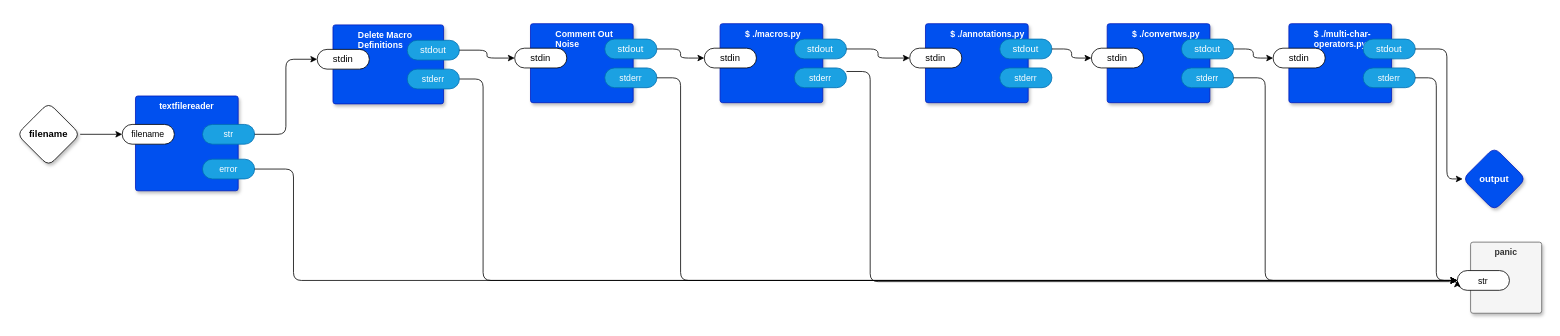
Above: page "main" (1 of 6) of syntax-mapper/syntaxmapper.drawio in guitarvydas/0dv2 (draw.io), before the change. Source tidied: cells renumbered, new cells numbered last; positions are measured from the earlier drawing's top-left corner, leaving out a move shared by most shapes. Both pictures are drawn from the tidied source at 79%, with x=0, y=0 at pixel (17, 24).
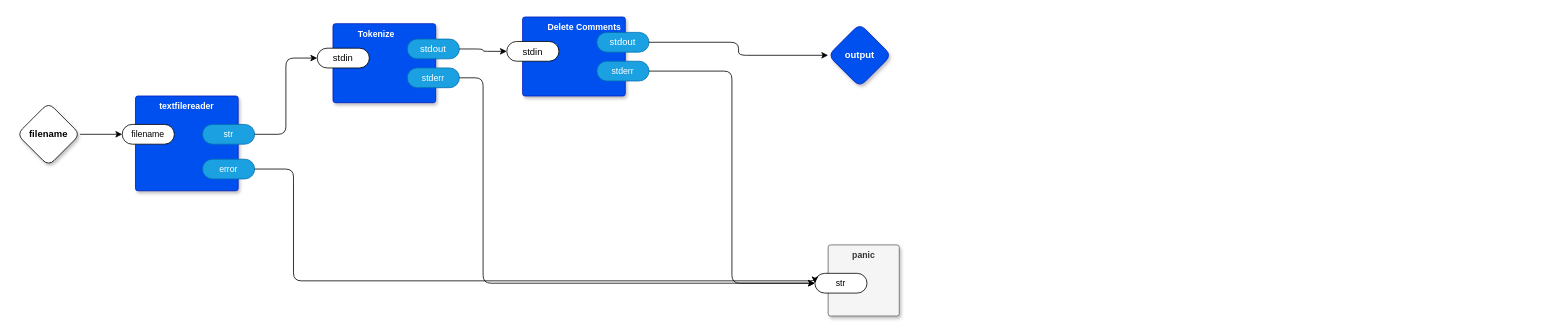
After the change.

The change refers to these unchanged cells:
```xml
<mxCell id="7" value="str" style="rounded=1;whiteSpace=wrap;html=1;sketch=0;points=[[0,0.5,0,0,0],[1,0.5,0,0,0]];fillColor=#1ba1e2;fontColor=#ffffff;strokeColor=#006EAF;arcSize=50;fontFamily=Helvetica;fontSize=11;" parent="5" vertex="1">
  <mxGeometry x="84.8" y="36" width="66" height="25" as="geometry" />
</mxCell>
<mxCell id="10" value="str" style="rounded=1;whiteSpace=wrap;html=1;sketch=0;points=[[0,0.5,0,0,0],[1,0.5,0,0,0]];arcSize=50;fontFamily=Helvetica;fontSize=11;fontColor=default;" parent="9" vertex="1">
  <mxGeometry x="-16.8" y="36" width="66" height="25" as="geometry" />
</mxCell>
<mxCell id="39" value="stdin" style="rounded=1;whiteSpace=wrap;html=1;sketch=0;points=[[0,0.5,0,0,0],[1,0.5,0,0,0]];arcSize=50;" parent="38" vertex="1">
  <mxGeometry x="-20" y="31" width="66" height="25" as="geometry" />
</mxCell>
<mxCell id="40" value="stderr" style="rounded=1;whiteSpace=wrap;html=1;sketch=0;points=[[0,0.5,0,0,0],[1,0.5,0,0,0]];fillColor=#1ba1e2;fontColor=#ffffff;strokeColor=#006EAF;arcSize=50;fontFamily=Helvetica;fontSize=11;" parent="38" vertex="1">
  <mxGeometry x="94" y="56" width="66" height="25" as="geometry" />
</mxCell>
<mxCell id="41" value="stdout" style="rounded=1;whiteSpace=wrap;html=1;sketch=0;points=[[0,0.5,0,0,0],[1,0.5,0,0,0]];fillColor=#1ba1e2;fontColor=#ffffff;strokeColor=#006EAF;arcSize=50;" parent="38" vertex="1">
  <mxGeometry x="94" y="19.5" width="66" height="25" as="geometry" />
</mxCell>
```

Diff of the diagram source:
```diff
@@
     <mxCell id="4" value="output" style="rhombus;whiteSpace=wrap;html=1;rounded=1;fillColor=#0050ef;fontColor=#ffffff;strokeColor=#001DBC;fontStyle=1;glass=0;sketch=0;fontSize=12;points=[[0,0.5,0,0,0],[0.5,0,0,0,0],[0.5,1,0,0,0],[1,0.5,0,0,0]];shadow=1;" parent="1" vertex="1">
-      <mxGeometry x="1830" y="156" width="80" height="80" as="geometry" />
+      <mxGeometry x="1026.8" y="-0.5" width="80" height="80" as="geometry" />
     </mxCell>
@@
     <mxCell id="9" value="panic" style="rounded=1;whiteSpace=wrap;html=1;sketch=0;verticalAlign=top;arcSize=6;fontStyle=1;absoluteArcSize=1;shadow=1;strokeColor=#666666;fillColor=#f5f5f5;fontFamily=Helvetica;fontSize=11;fontColor=#333333;" parent="1" vertex="1">
-      <mxGeometry x="1840" y="276" width="90" height="90" as="geometry" />
+      <mxGeometry x="1026.8" y="279.5" width="90" height="90" as="geometry" />
     </mxCell>
@@
-    <mxCell id="12" style="edgeStyle=orthogonalEdgeStyle;shape=connector;rounded=1;jettySize=auto;html=1;exitX=1;exitY=0.5;exitDx=0;exitDy=0;exitPerimeter=0;entryX=0;entryY=0.5;entryDx=0;entryDy=0;entryPerimeter=0;labelBackgroundColor=default;strokeColor=default;fontFamily=Helvetica;fontSize=11;fontColor=default;endArrow=classic;" parent="1" edge="1" source="7" target="15">
+    <mxCell id="12" style="edgeStyle=orthogonalEdgeStyle;shape=connector;rounded=1;jettySize=auto;html=1;exitX=1;exitY=0.5;exitDx=0;exitDy=0;exitPerimeter=0;entryX=0;entryY=0.5;entryDx=0;entryDy=0;entryPerimeter=0;labelBackgroundColor=default;strokeColor=default;fontFamily=Helvetica;fontSize=11;fontColor=default;endArrow=classic;" parent="1" edge="1" source="7" target="39">
       <mxGeometry relative="1" as="geometry" />
     </mxCell>
-    <mxCell id="13" style="edgeStyle=orthogonalEdgeStyle;shape=connector;rounded=1;jettySize=auto;html=1;exitX=1;exitY=0.5;exitDx=0;exitDy=0;exitPerimeter=0;entryX=0;entryY=0.5;entryDx=0;entryDy=0;entryPerimeter=0;labelBackgroundColor=default;strokeColor=default;fontFamily=Helvetica;fontSize=11;fontColor=default;endArrow=classic;" parent="1" edge="1" source="16" target="10">
-      <mxGeometry relative="1" as="geometry">
-        <Array as="points">
-          <mxPoint x="590" y="70" />
-          <mxPoint x="590" y="325" />
-        </Array>
-      </mxGeometry>
-    </mxCell>
-    <mxCell id="14" value="&lt;div&gt;Delete Macro Definitions&lt;/div&gt;" style="rounded=1;sketch=0;verticalAlign=top;arcSize=6;fontStyle=1;absoluteArcSize=1;shadow=1;strokeColor=#001DBC;fillColor=#0050ef;fontColor=#ffffff;fontFamily=Helvetica;fontSize=11;html=1;whiteSpace=wrap;align=left;spacingLeft=30;" parent="1" vertex="1">
-      <mxGeometry x="400" y="1" width="140" height="100" as="geometry" />
-    </mxCell>
-    <mxCell id="15" value="stdin" style="rounded=1;whiteSpace=wrap;html=1;sketch=0;points=[[0,0.5,0,0,0],[1,0.5,0,0,0]];arcSize=50;" parent="14" vertex="1">
-      <mxGeometry x="-20" y="31" width="66" height="25" as="geometry" />
-    </mxCell>
-    <mxCell id="16" value="stderr" style="rounded=1;whiteSpace=wrap;html=1;sketch=0;points=[[0,0.5,0,0,0],[1,0.5,0,0,0]];fillColor=#1ba1e2;fontColor=#ffffff;strokeColor=#006EAF;arcSize=50;fontFamily=Helvetica;fontSize=11;" parent="14" vertex="1">
-      <mxGeometry x="94" y="56" width="66" height="25" as="geometry" />
-    </mxCell>
-    <mxCell id="17" value="stdout" style="rounded=1;whiteSpace=wrap;html=1;sketch=0;points=[[0,0.5,0,0,0],[1,0.5,0,0,0]];fillColor=#1ba1e2;fontColor=#ffffff;strokeColor=#006EAF;arcSize=50;" parent="14" vertex="1">
-      <mxGeometry x="94" y="19.5" width="66" height="25" as="geometry" />
-    </mxCell>
-    <mxCell id="18" value="&lt;div&gt;Comment Out Noise&lt;/div&gt;" style="rounded=1;sketch=0;verticalAlign=top;arcSize=6;fontStyle=1;absoluteArcSize=1;shadow=1;strokeColor=#001DBC;fillColor=#0050ef;fontColor=#ffffff;fontFamily=Helvetica;fontSize=11;html=1;whiteSpace=wrap;align=left;spacingLeft=30;" parent="1" vertex="1">
-      <mxGeometry x="650" y="-0.5" width="130" height="100" as="geometry" />
-    </mxCell>
-    <mxCell id="19" value="stdin" style="rounded=1;whiteSpace=wrap;html=1;sketch=0;points=[[0,0.5,0,0,0],[1,0.5,0,0,0]];arcSize=50;" parent="18" vertex="1">
-      <mxGeometry x="-20" y="31" width="66" height="25" as="geometry" />
-    </mxCell>
-    <mxCell id="20" value="stderr" style="rounded=1;whiteSpace=wrap;html=1;sketch=0;points=[[0,0.5,0,0,0],[1,0.5,0,0,0]];fillColor=#1ba1e2;fontColor=#ffffff;strokeColor=#006EAF;arcSize=50;fontFamily=Helvetica;fontSize=11;" parent="18" vertex="1">
-      <mxGeometry x="94" y="56" width="66" height="25" as="geometry" />
-    </mxCell>
-    <mxCell id="21" value="stdout" style="rounded=1;whiteSpace=wrap;html=1;sketch=0;points=[[0,0.5,0,0,0],[1,0.5,0,0,0]];fillColor=#1ba1e2;fontColor=#ffffff;strokeColor=#006EAF;arcSize=50;" parent="18" vertex="1">
-      <mxGeometry x="94" y="19.5" width="66" height="25" as="geometry" />
-    </mxCell>
-    <mxCell id="22" style="edgeStyle=orthogonalEdgeStyle;shape=connector;rounded=1;jettySize=auto;html=1;exitX=1;exitY=0.5;exitDx=0;exitDy=0;exitPerimeter=0;entryX=0;entryY=0.5;entryDx=0;entryDy=0;entryPerimeter=0;labelBackgroundColor=default;strokeColor=default;fontFamily=Helvetica;fontSize=11;fontColor=default;endArrow=classic;" parent="1" edge="1" source="17" target="19">
-      <mxGeometry relative="1" as="geometry" />
-    </mxCell>
-    <mxCell id="23" style="edgeStyle=orthogonalEdgeStyle;shape=connector;rounded=1;jettySize=auto;html=1;exitX=1;exitY=0.5;exitDx=0;exitDy=0;exitPerimeter=0;entryX=0;entryY=0.5;entryDx=0;entryDy=0;entryPerimeter=0;labelBackgroundColor=default;strokeColor=default;fontFamily=Helvetica;fontSize=11;fontColor=default;endArrow=classic;" parent="1" edge="1" source="20" target="10">
-      <mxGeometry relative="1" as="geometry">
-        <Array as="points">
-          <mxPoint x="840" y="68" />
-          <mxPoint x="840" y="325" />
-        </Array>
-      </mxGeometry>
-    </mxCell>
-    <mxCell id="24" value="&lt;div&gt;$ ./macros.py&lt;/div&gt;" style="rounded=1;sketch=0;verticalAlign=top;arcSize=6;fontStyle=1;absoluteArcSize=1;shadow=1;strokeColor=#001DBC;fillColor=#0050ef;fontColor=#ffffff;fontFamily=Helvetica;fontSize=11;html=1;whiteSpace=wrap;align=left;spacingLeft=30;" parent="1" vertex="1">
-      <mxGeometry x="890" y="-0.5" width="130" height="100" as="geometry" />
-    </mxCell>
-    <mxCell id="25" value="stdin" style="rounded=1;whiteSpace=wrap;html=1;sketch=0;points=[[0,0.5,0,0,0],[1,0.5,0,0,0]];arcSize=50;" parent="24" vertex="1">
-      <mxGeometry x="-20" y="31" width="66" height="25" as="geometry" />
-    </mxCell>
-    <mxCell id="26" value="stderr" style="rounded=1;whiteSpace=wrap;html=1;sketch=0;points=[[0,0.5,0,0,0],[1,0.5,0,0,0]];fillColor=#1ba1e2;fontColor=#ffffff;strokeColor=#006EAF;arcSize=50;fontFamily=Helvetica;fontSize=11;" parent="24" vertex="1">
-      <mxGeometry x="94" y="56" width="66" height="25" as="geometry" />
-    </mxCell>
-    <mxCell id="27" value="stdout" style="rounded=1;whiteSpace=wrap;html=1;sketch=0;points=[[0,0.5,0,0,0],[1,0.5,0,0,0]];fillColor=#1ba1e2;fontColor=#ffffff;strokeColor=#006EAF;arcSize=50;" parent="24" vertex="1">
-      <mxGeometry x="94" y="19.5" width="66" height="25" as="geometry" />
-    </mxCell>
-    <mxCell id="28" style="edgeStyle=orthogonalEdgeStyle;shape=connector;rounded=1;jettySize=auto;html=1;exitX=1;exitY=0.5;exitDx=0;exitDy=0;exitPerimeter=0;labelBackgroundColor=default;strokeColor=default;fontFamily=Helvetica;fontSize=11;fontColor=default;endArrow=classic;" parent="1" edge="1" source="21" target="25">
-      <mxGeometry relative="1" as="geometry" />
-    </mxCell>
-    <mxCell id="29" style="edgeStyle=orthogonalEdgeStyle;shape=connector;rounded=1;jettySize=auto;html=1;entryX=0;entryY=0.5;entryDx=0;entryDy=0;entryPerimeter=0;labelBackgroundColor=default;strokeColor=default;fontFamily=Helvetica;fontSize=11;fontColor=default;endArrow=classic;" parent="1" edge="1" source="26" target="10">
-      <mxGeometry relative="1" as="geometry">
-        <Array as="points">
-          <mxPoint x="1080" y="60" />
-          <mxPoint x="1080" y="326" />
-          <mxPoint x="1823" y="326" />
-        </Array>
-      </mxGeometry>
-    </mxCell>
-    <mxCell id="30" value="&lt;div&gt;$ ./annotations.py&lt;/div&gt;" style="rounded=1;sketch=0;verticalAlign=top;arcSize=6;fontStyle=1;absoluteArcSize=1;shadow=1;strokeColor=#001DBC;fillColor=#0050ef;fontColor=#ffffff;fontFamily=Helvetica;fontSize=11;html=1;whiteSpace=wrap;align=left;spacingLeft=30;" parent="1" vertex="1">
-      <mxGeometry x="1150" y="-0.5" width="130" height="100" as="geometry" />
-    </mxCell>
-    <mxCell id="31" value="stdin" style="rounded=1;whiteSpace=wrap;html=1;sketch=0;points=[[0,0.5,0,0,0],[1,0.5,0,0,0]];arcSize=50;" parent="30" vertex="1">
-      <mxGeometry x="-20" y="31" width="66" height="25" as="geometry" />
-    </mxCell>
-    <mxCell id="32" value="stderr" style="rounded=1;whiteSpace=wrap;html=1;sketch=0;fillColor=#1ba1e2;fontColor=#ffffff;strokeColor=#006EAF;arcSize=50;fontFamily=Helvetica;fontSize=11;" parent="30" vertex="1">
-      <mxGeometry x="94" y="56" width="66" height="25" as="geometry" />
-    </mxCell>
-    <mxCell id="33" value="stdout" style="rounded=1;whiteSpace=wrap;html=1;sketch=0;points=[[0,0.5,0,0,0],[1,0.5,0,0,0]];fillColor=#1ba1e2;fontColor=#ffffff;strokeColor=#006EAF;arcSize=50;" parent="30" vertex="1">
-      <mxGeometry x="94" y="19.5" width="66" height="25" as="geometry" />
-    </mxCell>
-    <mxCell id="34" value="&lt;div&gt;$ ./convertws.py&lt;/div&gt;" style="rounded=1;sketch=0;verticalAlign=top;arcSize=6;fontStyle=1;absoluteArcSize=1;shadow=1;strokeColor=#001DBC;fillColor=#0050ef;fontColor=#ffffff;fontFamily=Helvetica;fontSize=11;html=1;whiteSpace=wrap;align=left;spacingLeft=30;" parent="1" vertex="1">
-      <mxGeometry x="1380" y="-0.5" width="130" height="100" as="geometry" />
-    </mxCell>
-    <mxCell id="35" value="stdin" style="rounded=1;whiteSpace=wrap;html=1;sketch=0;points=[[0,0.5,0,0,0],[1,0.5,0,0,0]];arcSize=50;" parent="34" vertex="1">
-      <mxGeometry x="-20" y="31" width="66" height="25" as="geometry" />
-    </mxCell>
-    <mxCell id="36" value="stderr" style="rounded=1;whiteSpace=wrap;html=1;sketch=0;points=[[0,0.5,0,0,0],[1,0.5,0,0,0]];fillColor=#1ba1e2;fontColor=#ffffff;strokeColor=#006EAF;arcSize=50;fontFamily=Helvetica;fontSize=11;" parent="34" vertex="1">
-      <mxGeometry x="94" y="56" width="66" height="25" as="geometry" />
-    </mxCell>
-    <mxCell id="37" value="stdout" style="rounded=1;whiteSpace=wrap;html=1;sketch=0;points=[[0,0.5,0,0,0],[1,0.5,0,0,0]];fillColor=#1ba1e2;fontColor=#ffffff;strokeColor=#006EAF;arcSize=50;" parent="34" vertex="1">
-      <mxGeometry x="94" y="19.5" width="66" height="25" as="geometry" />
-    </mxCell>
-    <mxCell id="38" value="&lt;div&gt;$ ./multi-char-operators.py&lt;/div&gt;" style="rounded=1;sketch=0;verticalAlign=top;arcSize=6;fontStyle=1;absoluteArcSize=1;shadow=1;strokeColor=#001DBC;fillColor=#0050ef;fontColor=#ffffff;fontFamily=Helvetica;fontSize=11;html=1;whiteSpace=wrap;align=left;spacingLeft=30;" parent="1" vertex="1">
-      <mxGeometry x="1610" y="-0.5" width="130" height="100" as="geometry" />
+    <mxCell id="38" value="&lt;div&gt;Tokenize&lt;/div&gt;" style="rounded=1;sketch=0;verticalAlign=top;arcSize=6;fontStyle=1;absoluteArcSize=1;shadow=1;strokeColor=#001DBC;fillColor=#0050ef;fontColor=#ffffff;fontFamily=Helvetica;fontSize=11;html=1;whiteSpace=wrap;align=left;spacingLeft=30;" parent="1" vertex="1">
+      <mxGeometry x="400" y="-0.5" width="130" height="100" as="geometry" />
     </mxCell>
@@
-    <mxCell id="42" style="edgeStyle=orthogonalEdgeStyle;shape=connector;rounded=1;jettySize=auto;html=1;exitX=1;exitY=0.5;exitDx=0;exitDy=0;exitPerimeter=0;entryX=0;entryY=0.5;entryDx=0;entryDy=0;entryPerimeter=0;labelBackgroundColor=default;strokeColor=default;fontFamily=Helvetica;fontSize=11;fontColor=default;endArrow=classic;" parent="1" edge="1" source="37" target="39">
-      <mxGeometry relative="1" as="geometry" />
-    </mxCell>
-    <mxCell id="43" style="edgeStyle=orthogonalEdgeStyle;shape=connector;rounded=1;jettySize=auto;html=1;exitX=1;exitY=0.5;exitDx=0;exitDy=0;exitPerimeter=0;entryX=0;entryY=0.5;entryDx=0;entryDy=0;entryPerimeter=0;labelBackgroundColor=default;strokeColor=default;fontFamily=Helvetica;fontSize=11;fontColor=default;endArrow=classic;" parent="1" edge="1" source="33" target="35">
-      <mxGeometry relative="1" as="geometry" />
-    </mxCell>
-    <mxCell id="44" style="edgeStyle=orthogonalEdgeStyle;shape=connector;rounded=1;jettySize=auto;html=1;exitX=1;exitY=0.5;exitDx=0;exitDy=0;exitPerimeter=0;entryX=0;entryY=0.5;entryDx=0;entryDy=0;entryPerimeter=0;labelBackgroundColor=default;strokeColor=default;fontFamily=Helvetica;fontSize=11;fontColor=default;endArrow=classic;" parent="1" edge="1" source="41" target="4">
-      <mxGeometry relative="1" as="geometry">
-        <Array as="points">
-          <mxPoint x="1810" y="32" />
-          <mxPoint x="1810" y="196" />
-        </Array>
-      </mxGeometry>
-    </mxCell>
-    <mxCell id="45" style="edgeStyle=orthogonalEdgeStyle;shape=connector;rounded=1;jettySize=auto;html=1;entryX=0;entryY=0.5;entryDx=0;entryDy=0;entryPerimeter=0;labelBackgroundColor=default;strokeColor=default;fontFamily=Helvetica;fontSize=11;fontColor=default;endArrow=classic;" parent="1" edge="1" source="27" target="31">
-      <mxGeometry relative="1" as="geometry" />
-    </mxCell>
-    <mxCell id="46" style="edgeStyle=orthogonalEdgeStyle;shape=connector;rounded=1;jettySize=auto;html=1;exitX=1;exitY=0.5;exitDx=0;exitDy=0;exitPerimeter=0;entryX=0;entryY=0.5;entryDx=0;entryDy=0;entryPerimeter=0;labelBackgroundColor=default;strokeColor=default;fontFamily=Helvetica;fontSize=11;fontColor=default;endArrow=classic;" parent="1" edge="1" source="36" target="10">
-      <mxGeometry relative="1" as="geometry">
-        <Array as="points">
-          <mxPoint x="1580" y="68" />
-          <mxPoint x="1580" y="325" />
-        </Array>
-      </mxGeometry>
-    </mxCell>
     <mxCell id="47" style="edgeStyle=orthogonalEdgeStyle;shape=connector;rounded=1;jettySize=auto;html=1;exitX=1;exitY=0.5;exitDx=0;exitDy=0;exitPerimeter=0;entryX=0;entryY=0.5;entryDx=0;entryDy=0;entryPerimeter=0;labelBackgroundColor=default;strokeColor=default;fontFamily=Helvetica;fontSize=11;fontColor=default;endArrow=classic;" parent="1" edge="1" source="40" target="10">
-      <mxGeometry relative="1" as="geometry" />
+      <mxGeometry relative="1" as="geometry">
+        <Array as="points">
+          <mxPoint x="590" y="68" />
+          <mxPoint x="590" y="328" />
+        </Array>
+      </mxGeometry>
     </mxCell>
+    <mxCell id="48" value="&lt;div&gt;Delete Comments&lt;/div&gt;" style="rounded=1;sketch=0;verticalAlign=top;arcSize=6;fontStyle=1;absoluteArcSize=1;shadow=1;strokeColor=#001DBC;fillColor=#0050ef;fontColor=#ffffff;fontFamily=Helvetica;fontSize=11;html=1;whiteSpace=wrap;align=left;spacingLeft=30;" parent="1" vertex="1">
+      <mxGeometry x="640" y="-9" width="130" height="100" as="geometry" />
+    </mxCell>
+    <mxCell id="49" value="stdin" style="rounded=1;whiteSpace=wrap;html=1;sketch=0;points=[[0,0.5,0,0,0],[1,0.5,0,0,0]];arcSize=50;" parent="48" vertex="1">
+      <mxGeometry x="-20" y="31" width="66" height="25" as="geometry" />
+    </mxCell>
+    <mxCell id="50" value="stderr" style="rounded=1;whiteSpace=wrap;html=1;sketch=0;points=[[0,0.5,0,0,0],[1,0.5,0,0,0]];fillColor=#1ba1e2;fontColor=#ffffff;strokeColor=#006EAF;arcSize=50;fontFamily=Helvetica;fontSize=11;" parent="48" vertex="1">
+      <mxGeometry x="94" y="56" width="66" height="25" as="geometry" />
+    </mxCell>
+    <mxCell id="51" value="stdout" style="rounded=1;whiteSpace=wrap;html=1;sketch=0;points=[[0,0.5,0,0,0],[1,0.5,0,0,0]];fillColor=#1ba1e2;fontColor=#ffffff;strokeColor=#006EAF;arcSize=50;" parent="48" vertex="1">
+      <mxGeometry x="94" y="19.5" width="66" height="25" as="geometry" />
+    </mxCell>
+    <mxCell id="52" style="edgeStyle=orthogonalEdgeStyle;shape=connector;rounded=1;jettySize=auto;html=1;exitX=1;exitY=0.5;exitDx=0;exitDy=0;exitPerimeter=0;entryX=0;entryY=0.5;entryDx=0;entryDy=0;entryPerimeter=0;labelBackgroundColor=default;strokeColor=default;fontFamily=Helvetica;fontSize=11;fontColor=default;endArrow=classic;" parent="1" edge="1" source="41" target="49">
+      <mxGeometry relative="1" as="geometry" />
+    </mxCell>
+    <mxCell id="53" style="edgeStyle=orthogonalEdgeStyle;shape=connector;rounded=1;jettySize=auto;html=1;exitX=1;exitY=0.5;exitDx=0;exitDy=0;exitPerimeter=0;labelBackgroundColor=default;strokeColor=default;fontFamily=Helvetica;fontSize=11;fontColor=default;endArrow=classic;" parent="1" edge="1" source="51" target="4">
+      <mxGeometry relative="1" as="geometry" />
+    </mxCell>
+    <mxCell id="54" style="edgeStyle=orthogonalEdgeStyle;shape=connector;rounded=1;jettySize=auto;html=1;exitX=1;exitY=0.5;exitDx=0;exitDy=0;exitPerimeter=0;entryX=0;entryY=0.5;entryDx=0;entryDy=0;entryPerimeter=0;labelBackgroundColor=default;strokeColor=default;fontFamily=Helvetica;fontSize=11;fontColor=default;endArrow=classic;" parent="1" edge="1" source="50" target="10">
+      <mxGeometry relative="1" as="geometry" />
+    </mxCell>
```
